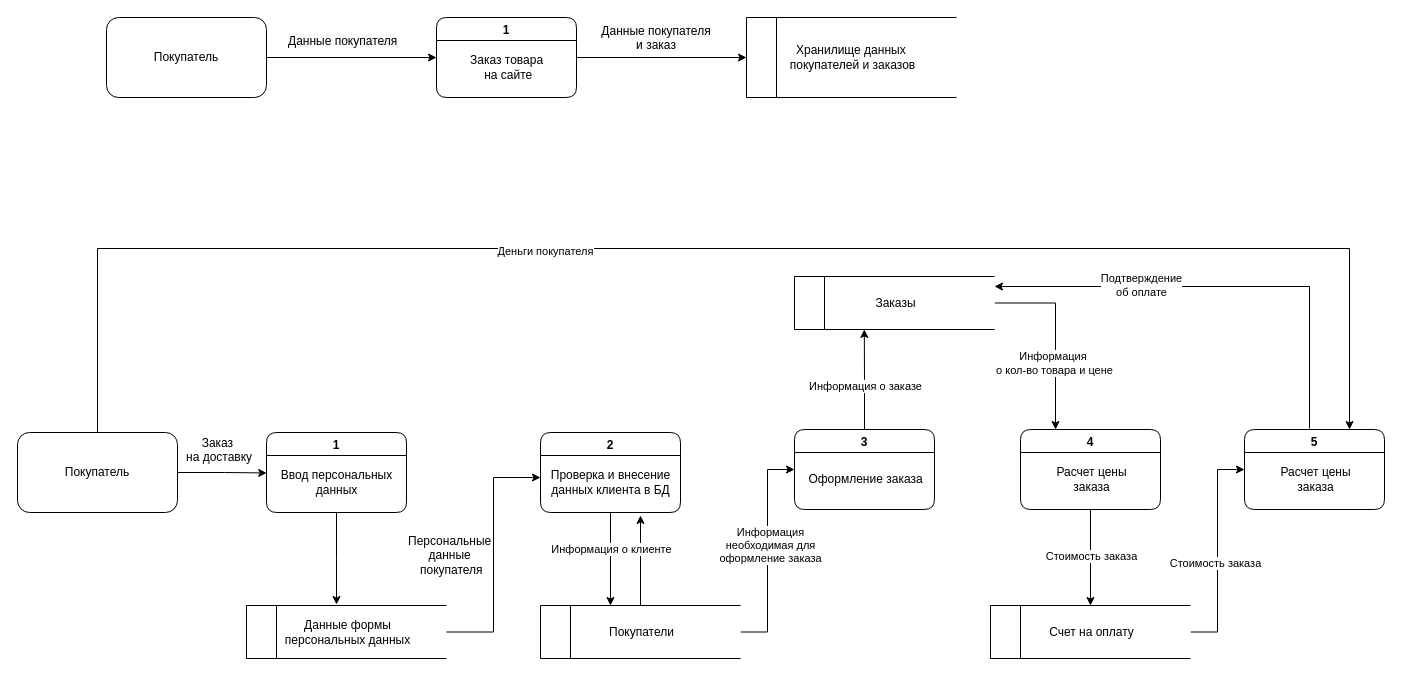
melikhovaeva/business-processes keeps this draw.io diagram as DFD.drawio. Above is the earlier version. Source tidied: cells renumbered, new cells numbered last; positions are measured from the earlier drawing's top-left corner, leaving out a move shared by most shapes. Both pictures are drawn from the tidied source at 100%, with x=0, y=0 at pixel (17, 17).
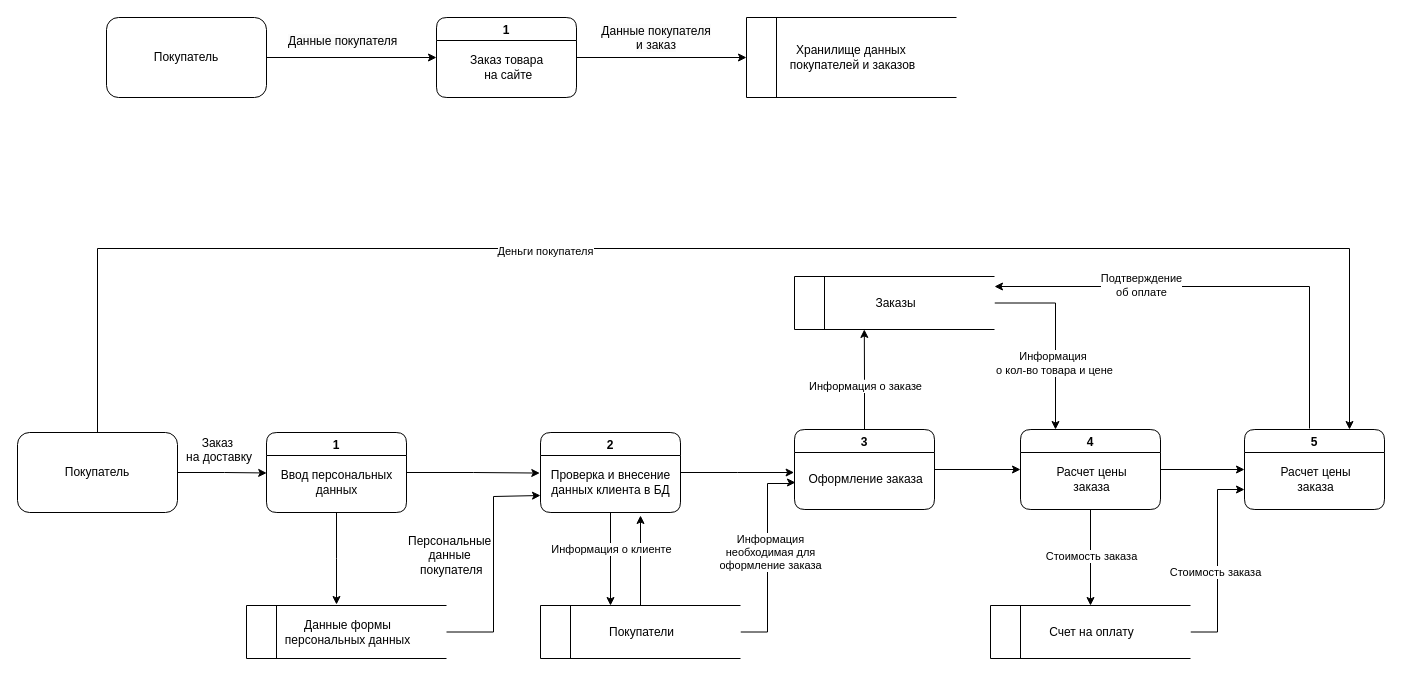
The same diagram, later.

The change refers to these unchanged cells:
```xml
<mxCell id="13" value="1" style="swimlane;rounded=1;" parent="1" vertex="1">
  <mxGeometry x="249" y="415" width="140" height="80" as="geometry" />
</mxCell>
<mxCell id="15" value="Данные формы&lt;div&gt;персональных данных&lt;/div&gt;" style="html=1;dashed=0;whiteSpace=wrap;shape=mxgraph.dfd.dataStoreID;align=center;spacingLeft=3;points=[[0,0],[0.5,0],[1,0],[0,0.5],[1,0.5],[0,1],[0.5,1],[1,1]];" parent="1" vertex="1">
  <mxGeometry x="229" y="588" width="200" height="53" as="geometry" />
</mxCell>
<mxCell id="18" value="2" style="swimlane;rounded=1;" parent="1" vertex="1">
  <mxGeometry x="523" y="415" width="140" height="80" as="geometry" />
</mxCell>
<mxCell id="19" value="Проверка и внесение&lt;div&gt;данных клиента в БД&lt;/div&gt;" style="text;html=1;align=center;verticalAlign=middle;points=[];strokeColor=none;fillColor=none;rounded=1;" parent="18" vertex="1">
  <mxGeometry y="30" width="140" height="40" as="geometry" />
</mxCell>
<mxCell id="23" value="Покупатели" style="html=1;dashed=0;whiteSpace=wrap;shape=mxgraph.dfd.dataStoreID;align=center;spacingLeft=3;points=[[0,0],[0.5,0],[1,0],[0,0.5],[1,0.5],[0,1],[0.5,1],[1,1]];" parent="1" vertex="1">
  <mxGeometry x="523" y="588" width="200" height="53" as="geometry" />
</mxCell>
<mxCell id="31" value="3" style="swimlane;rounded=1;startSize=23;" parent="1" vertex="1">
  <mxGeometry x="777" y="412" width="140" height="80" as="geometry" />
</mxCell>
<mxCell id="40" value="4" style="swimlane;rounded=1;startSize=23;" parent="1" vertex="1">
  <mxGeometry x="1003" y="412" width="140" height="80" as="geometry" />
</mxCell>
<mxCell id="44" value="Счет на оплату" style="html=1;dashed=0;whiteSpace=wrap;shape=mxgraph.dfd.dataStoreID;align=center;spacingLeft=3;points=[[0,0],[0.5,0],[1,0],[0,0.5],[1,0.5],[0,1],[0.5,1],[1,1]];" parent="1" vertex="1">
  <mxGeometry x="973" y="588" width="200" height="53" as="geometry" />
</mxCell>
<mxCell id="47" value="5" style="swimlane;rounded=1;startSize=23;" parent="1" vertex="1">
  <mxGeometry x="1227" y="412" width="140" height="80" as="geometry" />
</mxCell>
```

Diff of the diagram source:
```diff
@@
+    <mxCell id="49" style="edgeStyle=orthogonalEdgeStyle;rounded=0;jettySize=auto;html=1;" parent="1" edge="1" source="18">
+      <mxGeometry relative="1" as="geometry">
+        <mxPoint x="776.6" y="455" as="targetPoint" />
+      </mxGeometry>
+    </mxCell>
@@
-    <mxCell id="21" style="edgeStyle=orthogonalEdgeStyle;rounded=0;jettySize=auto;html=1;entryX=0;entryY=0.5;entryDx=0;entryDy=0;" parent="1" edge="1" source="23" target="31">
-      <mxGeometry relative="1" as="geometry" />
+    <mxCell id="21" style="edgeStyle=orthogonalEdgeStyle;rounded=0;jettySize=auto;html=1;" parent="1" edge="1" source="23">
+      <mxGeometry relative="1" as="geometry">
+        <mxPoint x="778" y="465" as="targetPoint" />
+        <Array as="points">
+          <mxPoint x="750" y="615" />
+          <mxPoint x="750" y="466" />
+          <mxPoint x="774" y="466" />
+          <mxPoint x="774" y="465" />
+        </Array>
+      </mxGeometry>
     </mxCell>
@@
-    <mxCell id="24" style="edgeStyle=orthogonalEdgeStyle;rounded=0;jettySize=auto;html=1;entryX=0;entryY=0.375;entryDx=0;entryDy=0;entryPerimeter=0;exitX=1;exitY=0.5;exitDx=0;exitDy=0;" parent="1" edge="1" source="15" target="19">
-      <mxGeometry relative="1" as="geometry" />
+    <mxCell id="24" style="edgeStyle=orthogonalEdgeStyle;rounded=0;jettySize=auto;html=1;exitX=1;exitY=0.5;exitDx=0;exitDy=0;" parent="1" edge="1" source="15">
+      <mxGeometry relative="1" as="geometry">
+        <mxPoint x="523" y="478" as="targetPoint" />
+        <Array as="points">
+          <mxPoint x="476" y="615" />
+          <mxPoint x="476" y="479" />
+          <mxPoint x="523" y="479" />
+        </Array>
+      </mxGeometry>
     </mxCell>
@@
+    <mxCell id="50" style="edgeStyle=orthogonalEdgeStyle;rounded=0;jettySize=auto;html=1;entryX=0;entryY=0.5;entryDx=0;entryDy=0;" parent="1" edge="1" source="31" target="40">
+      <mxGeometry relative="1" as="geometry" />
+    </mxCell>
@@
+    <mxCell id="51" style="edgeStyle=orthogonalEdgeStyle;rounded=0;jettySize=auto;html=1;entryX=0;entryY=0.5;entryDx=0;entryDy=0;" parent="1" edge="1" source="40" target="47">
+      <mxGeometry relative="1" as="geometry" />
+    </mxCell>
@@
-    <mxCell id="42" style="edgeStyle=orthogonalEdgeStyle;rounded=0;jettySize=auto;html=1;entryX=0;entryY=0.5;entryDx=0;entryDy=0;" parent="1" edge="1" source="44" target="47">
+    <mxCell id="42" style="edgeStyle=orthogonalEdgeStyle;rounded=0;jettySize=auto;html=1;entryX=0;entryY=0.75;entryDx=0;entryDy=0;" parent="1" edge="1" source="44" target="47">
       <mxGeometry relative="1" as="geometry" />
     </mxCell>
@@
+    <mxCell id="52" style="edgeStyle=orthogonalEdgeStyle;rounded=0;jettySize=auto;html=1;entryX=-0.005;entryY=0.264;entryDx=0;entryDy=0;entryPerimeter=0;" parent="1" edge="1" source="13" target="19">
+      <mxGeometry relative="1" as="geometry" />
+    </mxCell>
```
